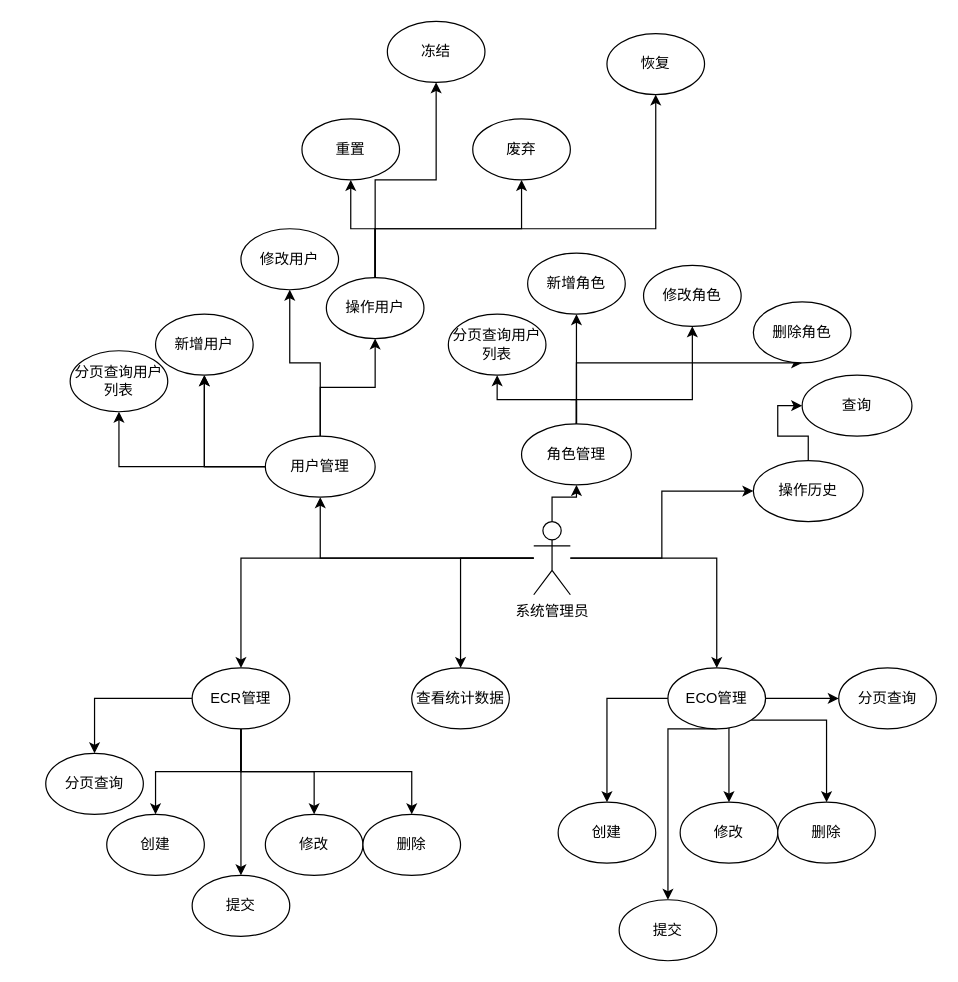
This is ECR/系统管理员用例图.drawio from Merlin218/draw-file, a draw.io file, before an edit. Source tidied: cells renumbered, new cells numbered last; positions are measured from the earlier drawing's top-left corner, leaving out a move shared by most shapes. Both pictures are drawn from the tidied source at 122%, with x=0, y=0 at pixel (45, 21).
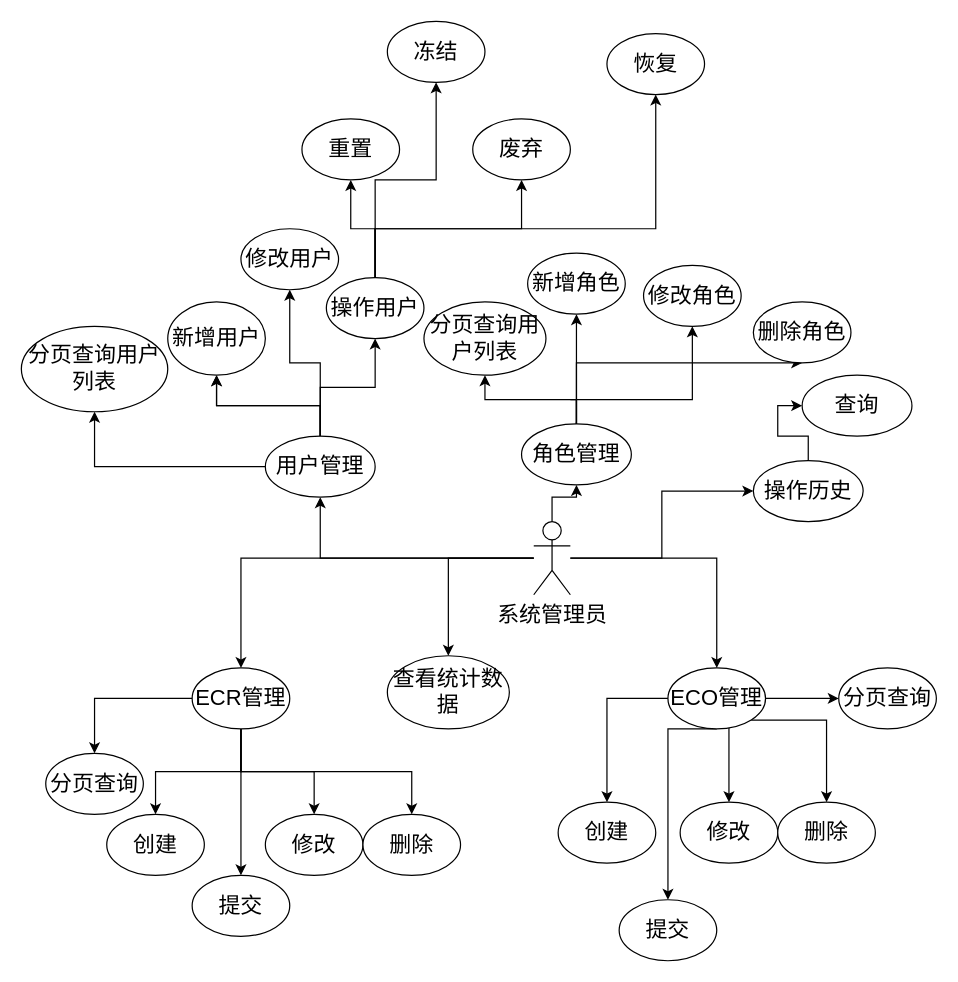
The same diagram, later.

Commit message:
更新系统管理员用例图.drawio

What changed in the source:
```diff
@@
-    <mxCell id="2" style="edgeStyle=orthogonalEdgeStyle;rounded=0;jettySize=auto;html=1;entryX=0.5;entryY=1;entryDx=0;entryDy=0;" parent="1" edge="1" source="8" target="14">
+    <mxCell id="2" style="edgeStyle=orthogonalEdgeStyle;rounded=0;jettySize=auto;html=1;entryX=0.5;entryY=1;entryDx=0;entryDy=0;fontSize=18;" parent="1" edge="1" source="8" target="14">
       <mxGeometry relative="1" as="geometry" />
     </mxCell>
-    <mxCell id="3" style="edgeStyle=orthogonalEdgeStyle;rounded=0;jettySize=auto;html=1;" parent="1" edge="1" source="8" target="30">
+    <mxCell id="3" style="edgeStyle=orthogonalEdgeStyle;rounded=0;jettySize=auto;html=1;fontSize=18;" parent="1" edge="1" source="8" target="30">
       <mxGeometry relative="1" as="geometry" />
     </mxCell>
-    <mxCell id="4" style="edgeStyle=orthogonalEdgeStyle;rounded=0;jettySize=auto;html=1;" parent="1" edge="1" source="8" target="35">
+    <mxCell id="4" style="edgeStyle=orthogonalEdgeStyle;rounded=0;jettySize=auto;html=1;fontSize=18;" parent="1" edge="1" source="8" target="35">
       <mxGeometry relative="1" as="geometry" />
     </mxCell>
-    <mxCell id="5" style="edgeStyle=orthogonalEdgeStyle;rounded=0;jettySize=auto;html=1;entryX=0.5;entryY=0;entryDx=0;entryDy=0;" parent="1" edge="1" source="8" target="44">
+    <mxCell id="5" style="edgeStyle=orthogonalEdgeStyle;rounded=0;jettySize=auto;html=1;entryX=0.5;entryY=0;entryDx=0;entryDy=0;fontSize=18;" parent="1" edge="1" source="8" target="44">
       <mxGeometry relative="1" as="geometry" />
     </mxCell>
-    <mxCell id="6" style="edgeStyle=orthogonalEdgeStyle;rounded=0;jettySize=auto;html=1;" parent="1" edge="1" source="8" target="53">
+    <mxCell id="6" style="edgeStyle=orthogonalEdgeStyle;rounded=0;jettySize=auto;html=1;fontSize=18;" parent="1" edge="1" source="8" target="53">
       <mxGeometry relative="1" as="geometry" />
     </mxCell>
-    <mxCell id="7" style="edgeStyle=orthogonalEdgeStyle;rounded=0;jettySize=auto;html=1;entryX=0.5;entryY=0;entryDx=0;entryDy=0;" parent="1" edge="1" source="8" target="59">
+    <mxCell id="7" style="edgeStyle=orthogonalEdgeStyle;rounded=0;jettySize=auto;html=1;entryX=0.5;entryY=0;entryDx=0;entryDy=0;fontSize=18;" parent="1" edge="1" source="8" target="59">
       <mxGeometry relative="1" as="geometry" />
     </mxCell>
-    <mxCell id="8" value="系统管理员" style="shape=umlActor;verticalLabelPosition=bottom;verticalAlign=top;html=1;outlineConnect=0;" parent="1" vertex="1">
+    <mxCell id="8" value="系统管理员" style="shape=umlActor;verticalLabelPosition=bottom;verticalAlign=top;html=1;outlineConnect=0;fontSize=18;" parent="1" vertex="1">
       <mxGeometry x="400" y="410" width="30" height="60" as="geometry" />
     </mxCell>
-    <mxCell id="9" style="edgeStyle=orthogonalEdgeStyle;rounded=0;jettySize=auto;html=1;" parent="1" edge="1" source="14" target="15">
+    <mxCell id="9" style="edgeStyle=orthogonalEdgeStyle;rounded=0;jettySize=auto;html=1;fontSize=18;" parent="1" edge="1" source="14" target="15">
       <mxGeometry relative="1" as="geometry" />
     </mxCell>
-    <mxCell id="10" style="edgeStyle=orthogonalEdgeStyle;rounded=0;jettySize=auto;html=1;" parent="1" edge="1" source="14" target="15">
+    <mxCell id="10" style="edgeStyle=orthogonalEdgeStyle;rounded=0;jettySize=auto;html=1;fontSize=18;" parent="1" edge="1" source="14" target="15">
       <mxGeometry relative="1" as="geometry" />
     </mxCell>
-    <mxCell id="11" style="edgeStyle=orthogonalEdgeStyle;rounded=0;jettySize=auto;html=1;exitX=0.5;exitY=0;exitDx=0;exitDy=0;entryX=0.5;entryY=1;entryDx=0;entryDy=0;" parent="1" edge="1" source="14" target="16">
+    <mxCell id="11" style="edgeStyle=orthogonalEdgeStyle;rounded=0;jettySize=auto;html=1;exitX=0.5;exitY=0;exitDx=0;exitDy=0;entryX=0.5;entryY=1;entryDx=0;entryDy=0;fontSize=18;" parent="1" edge="1" source="14" target="16">
       <mxGeometry relative="1" as="geometry" />
     </mxCell>
-    <mxCell id="12" style="edgeStyle=orthogonalEdgeStyle;rounded=0;jettySize=auto;html=1;exitX=0.5;exitY=0;exitDx=0;exitDy=0;" parent="1" edge="1" source="14" target="21">
+    <mxCell id="12" style="edgeStyle=orthogonalEdgeStyle;rounded=0;jettySize=auto;html=1;exitX=0.5;exitY=0;exitDx=0;exitDy=0;fontSize=18;" parent="1" edge="1" source="14" target="21">
       <mxGeometry relative="1" as="geometry" />
     </mxCell>
-    <mxCell id="13" style="edgeStyle=orthogonalEdgeStyle;rounded=0;jettySize=auto;html=1;" parent="1" edge="1" source="14" target="37">
+    <mxCell id="13" style="edgeStyle=orthogonalEdgeStyle;rounded=0;jettySize=auto;html=1;fontSize=18;" parent="1" edge="1" source="14" target="37">
       <mxGeometry relative="1" as="geometry" />
     </mxCell>
-    <mxCell id="14" value="用户管理" style="ellipse;whiteSpace=wrap;html=1;" parent="1" vertex="1">
+    <mxCell id="14" value="用户管理" style="ellipse;whiteSpace=wrap;html=1;fontSize=18;" parent="1" vertex="1">
       <mxGeometry x="180" y="340" width="90" height="50" as="geometry" />
     </mxCell>
-    <mxCell id="15" value="新增用户" style="ellipse;whiteSpace=wrap;html=1;" parent="1" vertex="1">
-      <mxGeometry x="90" y="240" width="80" height="50" as="geometry" />
+    <mxCell id="15" value="新增用户" style="ellipse;whiteSpace=wrap;html=1;fontSize=18;" parent="1" vertex="1">
+      <mxGeometry x="100" y="230" width="80" height="60" as="geometry" />
     </mxCell>
-    <mxCell id="16" value="修改用户" style="ellipse;whiteSpace=wrap;html=1;" parent="1" vertex="1">
+    <mxCell id="16" value="修改用户" style="ellipse;whiteSpace=wrap;html=1;fontSize=18;" parent="1" vertex="1">
       <mxGeometry x="160" y="170" width="80" height="50" as="geometry" />
     </mxCell>
-    <mxCell id="17" style="edgeStyle=orthogonalEdgeStyle;rounded=0;jettySize=auto;html=1;" parent="1" edge="1" source="21" target="22">
+    <mxCell id="17" style="edgeStyle=orthogonalEdgeStyle;rounded=0;jettySize=auto;html=1;fontSize=18;" parent="1" edge="1" source="21" target="22">
       <mxGeometry relative="1" as="geometry" />
     </mxCell>
-    <mxCell id="18" style="edgeStyle=orthogonalEdgeStyle;rounded=0;jettySize=auto;html=1;exitX=0.5;exitY=0;exitDx=0;exitDy=0;entryX=0.5;entryY=1;entryDx=0;entryDy=0;" parent="1" edge="1" source="21" target="23">
+    <mxCell id="18" style="edgeStyle=orthogonalEdgeStyle;rounded=0;jettySize=auto;html=1;exitX=0.5;exitY=0;exitDx=0;exitDy=0;entryX=0.5;entryY=1;entryDx=0;entryDy=0;fontSize=18;" parent="1" edge="1" source="21" target="23">
       <mxGeometry relative="1" as="geometry" />
     </mxCell>
-    <mxCell id="19" style="edgeStyle=orthogonalEdgeStyle;rounded=0;jettySize=auto;html=1;entryX=0.5;entryY=1;entryDx=0;entryDy=0;exitX=0.5;exitY=0;exitDx=0;exitDy=0;" parent="1" edge="1" source="21" target="24">
+    <mxCell id="19" style="edgeStyle=orthogonalEdgeStyle;rounded=0;jettySize=auto;html=1;entryX=0.5;entryY=1;entryDx=0;entryDy=0;exitX=0.5;exitY=0;exitDx=0;exitDy=0;fontSize=18;" parent="1" edge="1" source="21" target="24">
       <mxGeometry relative="1" as="geometry" />
     </mxCell>
-    <mxCell id="20" style="edgeStyle=orthogonalEdgeStyle;rounded=0;jettySize=auto;html=1;exitX=0.5;exitY=0;exitDx=0;exitDy=0;entryX=0.5;entryY=1;entryDx=0;entryDy=0;" parent="1" edge="1" source="21" target="25">
+    <mxCell id="20" style="edgeStyle=orthogonalEdgeStyle;rounded=0;jettySize=auto;html=1;exitX=0.5;exitY=0;exitDx=0;exitDy=0;entryX=0.5;entryY=1;entryDx=0;entryDy=0;fontSize=18;" parent="1" edge="1" source="21" target="25">
       <mxGeometry relative="1" as="geometry">
         <Array as="points">
           <mxPoint x="310" y="170" />
           <mxPoint x="460" y="170" />
         </Array>
       </mxGeometry>
     </mxCell>
-    <mxCell id="21" value="操作用户" style="ellipse;whiteSpace=wrap;html=1;" parent="1" vertex="1">
+    <mxCell id="21" value="操作用户" style="ellipse;whiteSpace=wrap;html=1;fontSize=18;" parent="1" vertex="1">
       <mxGeometry x="230" y="210" width="80" height="50" as="geometry" />
     </mxCell>
-    <mxCell id="22" value="重置" style="ellipse;whiteSpace=wrap;html=1;" parent="1" vertex="1">
+    <mxCell id="22" value="重置" style="ellipse;whiteSpace=wrap;html=1;fontSize=18;" parent="1" vertex="1">
       <mxGeometry x="210" y="80" width="80" height="50" as="geometry" />
     </mxCell>
-    <mxCell id="23" value="冻结" style="ellipse;whiteSpace=wrap;html=1;" parent="1" vertex="1">
+    <mxCell id="23" value="冻结" style="ellipse;whiteSpace=wrap;html=1;fontSize=18;" parent="1" vertex="1">
       <mxGeometry x="280" width="80" height="50" as="geometry" />
     </mxCell>
-    <mxCell id="24" value="废弃" style="ellipse;whiteSpace=wrap;html=1;" parent="1" vertex="1">
+    <mxCell id="24" value="废弃" style="ellipse;whiteSpace=wrap;html=1;fontSize=18;" parent="1" vertex="1">
       <mxGeometry x="350" y="80" width="80" height="50" as="geometry" />
     </mxCell>
-    <mxCell id="25" value="恢复" style="ellipse;whiteSpace=wrap;html=1;" parent="1" vertex="1">
+    <mxCell id="25" value="恢复" style="ellipse;whiteSpace=wrap;html=1;fontSize=18;" parent="1" vertex="1">
       <mxGeometry x="460" y="10" width="80" height="50" as="geometry" />
     </mxCell>
-    <mxCell id="26" style="edgeStyle=orthogonalEdgeStyle;rounded=0;jettySize=auto;html=1;exitX=0.497;exitY=-0.027;exitDx=0;exitDy=0;entryX=0.5;entryY=1;entryDx=0;entryDy=0;exitPerimeter=0;" parent="1" edge="1" source="30" target="31">
+    <mxCell id="26" style="edgeStyle=orthogonalEdgeStyle;rounded=0;jettySize=auto;html=1;exitX=0.497;exitY=-0.027;exitDx=0;exitDy=0;entryX=0.5;entryY=1;entryDx=0;entryDy=0;exitPerimeter=0;fontSize=18;" parent="1" edge="1" source="30" target="31">
       <mxGeometry relative="1" as="geometry">
         <Array as="points">
           <mxPoint x="435" y="330" />
           <mxPoint x="435" y="330" />
           <mxPoint x="435" y="240" />
         </Array>
       </mxGeometry>
     </mxCell>
-    <mxCell id="27" style="edgeStyle=orthogonalEdgeStyle;rounded=0;jettySize=auto;html=1;exitX=0.5;exitY=0;exitDx=0;exitDy=0;entryX=0.5;entryY=1;entryDx=0;entryDy=0;" parent="1" edge="1" source="30" target="32">
+    <mxCell id="27" style="edgeStyle=orthogonalEdgeStyle;rounded=0;jettySize=auto;html=1;exitX=0.5;exitY=0;exitDx=0;exitDy=0;entryX=0.5;entryY=1;entryDx=0;entryDy=0;fontSize=18;" parent="1" edge="1" source="30" target="32">
       <mxGeometry relative="1" as="geometry">
         <Array as="points">
           <mxPoint x="430" y="310" />
           <mxPoint x="480" y="310" />
         </Array>
       </mxGeometry>
     </mxCell>
-    <mxCell id="28" style="edgeStyle=orthogonalEdgeStyle;rounded=0;jettySize=auto;html=1;exitX=0.5;exitY=0;exitDx=0;exitDy=0;entryX=0.5;entryY=1;entryDx=0;entryDy=0;" parent="1" edge="1" source="30" target="33">
+    <mxCell id="28" style="edgeStyle=orthogonalEdgeStyle;rounded=0;jettySize=auto;html=1;exitX=0.5;exitY=0;exitDx=0;exitDy=0;entryX=0.5;entryY=1;entryDx=0;entryDy=0;fontSize=18;" parent="1" edge="1" source="30" target="33">
       <mxGeometry relative="1" as="geometry">
         <Array as="points">
           <mxPoint x="435" y="280" />
         </Array>
       </mxGeometry>
     </mxCell>
-    <mxCell id="29" style="edgeStyle=orthogonalEdgeStyle;rounded=0;jettySize=auto;html=1;entryX=0.5;entryY=1;entryDx=0;entryDy=0;" parent="1" edge="1" source="30" target="38">
+    <mxCell id="29" style="edgeStyle=orthogonalEdgeStyle;rounded=0;jettySize=auto;html=1;entryX=0.5;entryY=1;entryDx=0;entryDy=0;fontSize=18;" parent="1" edge="1" source="30" target="38">
       <mxGeometry relative="1" as="geometry" />
     </mxCell>
-    <mxCell id="30" value="角色管理" style="ellipse;whiteSpace=wrap;html=1;" parent="1" vertex="1">
+    <mxCell id="30" value="角色管理" style="ellipse;whiteSpace=wrap;html=1;fontSize=18;" parent="1" vertex="1">
       <mxGeometry x="390" y="330" width="90" height="50" as="geometry" />
     </mxCell>
-    <mxCell id="31" value="新增角色" style="ellipse;whiteSpace=wrap;html=1;" parent="1" vertex="1">
+    <mxCell id="31" value="新增角色" style="ellipse;whiteSpace=wrap;html=1;fontSize=18;" parent="1" vertex="1">
       <mxGeometry x="395" y="190" width="80" height="50" as="geometry" />
     </mxCell>
-    <mxCell id="32" value="修改角色" style="ellipse;whiteSpace=wrap;html=1;" parent="1" vertex="1">
+    <mxCell id="32" value="修改角色" style="ellipse;whiteSpace=wrap;html=1;fontSize=18;" parent="1" vertex="1">
       <mxGeometry x="490" y="200" width="80" height="50" as="geometry" />
     </mxCell>
-    <mxCell id="33" value="删除角色" style="ellipse;whiteSpace=wrap;html=1;" parent="1" vertex="1">
+    <mxCell id="33" value="删除角色" style="ellipse;whiteSpace=wrap;html=1;fontSize=18;" parent="1" vertex="1">
       <mxGeometry x="580" y="230" width="80" height="50" as="geometry" />
     </mxCell>
-    <mxCell id="34" style="edgeStyle=orthogonalEdgeStyle;rounded=0;jettySize=auto;html=1;entryX=0;entryY=0.5;entryDx=0;entryDy=0;" parent="1" edge="1" source="35" target="36">
+    <mxCell id="34" style="edgeStyle=orthogonalEdgeStyle;rounded=0;jettySize=auto;html=1;entryX=0;entryY=0.5;entryDx=0;entryDy=0;fontSize=18;" parent="1" edge="1" source="35" target="36">
       <mxGeometry relative="1" as="geometry" />
     </mxCell>
-    <mxCell id="35" value="操作历史" style="ellipse;whiteSpace=wrap;html=1;" parent="1" vertex="1">
+    <mxCell id="35" value="操作历史" style="ellipse;whiteSpace=wrap;html=1;fontSize=18;" parent="1" vertex="1">
       <mxGeometry x="580" y="360" width="90" height="50" as="geometry" />
     </mxCell>
-    <mxCell id="36" value="查询" style="ellipse;whiteSpace=wrap;html=1;" parent="1" vertex="1">
+    <mxCell id="36" value="查询" style="ellipse;whiteSpace=wrap;html=1;fontSize=18;" parent="1" vertex="1">
       <mxGeometry x="620" y="290" width="90" height="50" as="geometry" />
     </mxCell>
-    <mxCell id="37" value="分页查询用户列表" style="ellipse;whiteSpace=wrap;html=1;" parent="1" vertex="1">
-      <mxGeometry x="20" y="270" width="80" height="50" as="geometry" />
+    <mxCell id="37" value="分页查询用户列表" style="ellipse;whiteSpace=wrap;html=1;fontSize=18;" parent="1" vertex="1">
+      <mxGeometry x="-20" y="250" width="120" height="70" as="geometry" />
     </mxCell>
-    <mxCell id="38" value="分页查询用户列表" style="ellipse;whiteSpace=wrap;html=1;" parent="1" vertex="1">
-      <mxGeometry x="330" y="240" width="80" height="50" as="geometry" />
+    <mxCell id="38" value="分页查询用户列表" style="ellipse;whiteSpace=wrap;html=1;fontSize=18;" parent="1" vertex="1">
+      <mxGeometry x="310" y="230" width="100" height="60" as="geometry" />
     </mxCell>
-    <mxCell id="39" style="edgeStyle=orthogonalEdgeStyle;rounded=0;jettySize=auto;html=1;" parent="1" edge="1" source="44" target="45">
+    <mxCell id="39" style="edgeStyle=orthogonalEdgeStyle;rounded=0;jettySize=auto;html=1;fontSize=18;" parent="1" edge="1" source="44" target="45">
       <mxGeometry relative="1" as="geometry" />
     </mxCell>
-    <mxCell id="40" style="edgeStyle=orthogonalEdgeStyle;rounded=0;jettySize=auto;html=1;exitX=0.5;exitY=1;exitDx=0;exitDy=0;entryX=0.5;entryY=0;entryDx=0;entryDy=0;" parent="1" edge="1" source="44" target="46">
+    <mxCell id="40" style="edgeStyle=orthogonalEdgeStyle;rounded=0;jettySize=auto;html=1;exitX=0.5;exitY=1;exitDx=0;exitDy=0;entryX=0.5;entryY=0;entryDx=0;entryDy=0;fontSize=18;" parent="1" edge="1" source="44" target="46">
       <mxGeometry relative="1" as="geometry" />
     </mxCell>
-    <mxCell id="41" style="edgeStyle=orthogonalEdgeStyle;rounded=0;jettySize=auto;html=1;exitX=0.5;exitY=1;exitDx=0;exitDy=0;entryX=0.5;entryY=0;entryDx=0;entryDy=0;" parent="1" edge="1" source="44" target="47">
+    <mxCell id="41" style="edgeStyle=orthogonalEdgeStyle;rounded=0;jettySize=auto;html=1;exitX=0.5;exitY=1;exitDx=0;exitDy=0;entryX=0.5;entryY=0;entryDx=0;entryDy=0;fontSize=18;" parent="1" edge="1" source="44" target="47">
       <mxGeometry relative="1" as="geometry" />
     </mxCell>
-    <mxCell id="42" style="edgeStyle=orthogonalEdgeStyle;rounded=0;jettySize=auto;html=1;exitX=0;exitY=0.5;exitDx=0;exitDy=0;entryX=0.5;entryY=0;entryDx=0;entryDy=0;" parent="1" edge="1" source="44" target="57">
+    <mxCell id="42" style="edgeStyle=orthogonalEdgeStyle;rounded=0;jettySize=auto;html=1;exitX=0;exitY=0.5;exitDx=0;exitDy=0;entryX=0.5;entryY=0;entryDx=0;entryDy=0;fontSize=18;" parent="1" edge="1" source="44" target="57">
       <mxGeometry relative="1" as="geometry" />
     </mxCell>
-    <mxCell id="43" style="edgeStyle=orthogonalEdgeStyle;rounded=0;jettySize=auto;html=1;exitX=0.5;exitY=1;exitDx=0;exitDy=0;entryX=0.5;entryY=0;entryDx=0;entryDy=0;" parent="1" edge="1" source="44" target="60">
+    <mxCell id="43" style="edgeStyle=orthogonalEdgeStyle;rounded=0;jettySize=auto;html=1;exitX=0.5;exitY=1;exitDx=0;exitDy=0;entryX=0.5;entryY=0;entryDx=0;entryDy=0;fontSize=18;" parent="1" edge="1" source="44" target="60">
       <mxGeometry relative="1" as="geometry" />
     </mxCell>
-    <mxCell id="44" value="ECR管理" style="ellipse;whiteSpace=wrap;html=1;" parent="1" vertex="1">
+    <mxCell id="44" value="ECR管理" style="ellipse;whiteSpace=wrap;html=1;fontSize=18;" parent="1" vertex="1">
       <mxGeometry x="120" y="530" width="80" height="50" as="geometry" />
     </mxCell>
-    <mxCell id="45" value="创建" style="ellipse;whiteSpace=wrap;html=1;" parent="1" vertex="1">
+    <mxCell id="45" value="创建" style="ellipse;whiteSpace=wrap;html=1;fontSize=18;" parent="1" vertex="1">
       <mxGeometry x="50" y="650" width="80" height="50" as="geometry" />
     </mxCell>
-    <mxCell id="46" value="修改" style="ellipse;whiteSpace=wrap;html=1;" parent="1" vertex="1">
+    <mxCell id="46" value="修改" style="ellipse;whiteSpace=wrap;html=1;fontSize=18;" parent="1" vertex="1">
       <mxGeometry x="180" y="650" width="80" height="50" as="geometry" />
     </mxCell>
-    <mxCell id="47" value="删除" style="ellipse;whiteSpace=wrap;html=1;" parent="1" vertex="1">
+    <mxCell id="47" value="删除" style="ellipse;whiteSpace=wrap;html=1;fontSize=18;" parent="1" vertex="1">
       <mxGeometry x="260" y="650" width="80" height="50" as="geometry" />
     </mxCell>
-    <mxCell id="48" style="edgeStyle=orthogonalEdgeStyle;rounded=0;jettySize=auto;html=1;" parent="1" edge="1" source="53" target="54">
+    <mxCell id="48" style="edgeStyle=orthogonalEdgeStyle;rounded=0;jettySize=auto;html=1;fontSize=18;" parent="1" edge="1" source="53" target="54">
       <mxGeometry relative="1" as="geometry" />
     </mxCell>
-    <mxCell id="49" style="edgeStyle=orthogonalEdgeStyle;rounded=0;jettySize=auto;html=1;entryX=0.5;entryY=0;entryDx=0;entryDy=0;" parent="1" edge="1" source="53" target="55">
+    <mxCell id="49" style="edgeStyle=orthogonalEdgeStyle;rounded=0;jettySize=auto;html=1;entryX=0.5;entryY=0;entryDx=0;entryDy=0;fontSize=18;" parent="1" edge="1" source="53" target="55">
       <mxGeometry relative="1" as="geometry">
         <Array as="points">
           <mxPoint x="560" y="600" />
           <mxPoint x="560" y="600" />
         </Array>
       </mxGeometry>
     </mxCell>
-    <mxCell id="50" style="edgeStyle=orthogonalEdgeStyle;rounded=0;jettySize=auto;html=1;exitX=1;exitY=1;exitDx=0;exitDy=0;entryX=0.5;entryY=0;entryDx=0;entryDy=0;" parent="1" edge="1" source="53" target="56">
+    <mxCell id="50" style="edgeStyle=orthogonalEdgeStyle;rounded=0;jettySize=auto;html=1;exitX=1;exitY=1;exitDx=0;exitDy=0;entryX=0.5;entryY=0;entryDx=0;entryDy=0;fontSize=18;" parent="1" edge="1" source="53" target="56">
       <mxGeometry relative="1" as="geometry" />
     </mxCell>
-    <mxCell id="51" style="edgeStyle=orthogonalEdgeStyle;rounded=0;jettySize=auto;html=1;exitX=1;exitY=0.5;exitDx=0;exitDy=0;entryX=0;entryY=0.5;entryDx=0;entryDy=0;" parent="1" edge="1" source="53" target="58">
+    <mxCell id="51" style="edgeStyle=orthogonalEdgeStyle;rounded=0;jettySize=auto;html=1;exitX=1;exitY=0.5;exitDx=0;exitDy=0;entryX=0;entryY=0.5;entryDx=0;entryDy=0;fontSize=18;" parent="1" edge="1" source="53" target="58">
       <mxGeometry relative="1" as="geometry" />
     </mxCell>
-    <mxCell id="52" style="edgeStyle=orthogonalEdgeStyle;rounded=0;jettySize=auto;html=1;exitX=0.5;exitY=1;exitDx=0;exitDy=0;entryX=0.5;entryY=0;entryDx=0;entryDy=0;" parent="1" edge="1" source="53" target="61">
+    <mxCell id="52" style="edgeStyle=orthogonalEdgeStyle;rounded=0;jettySize=auto;html=1;exitX=0.5;exitY=1;exitDx=0;exitDy=0;entryX=0.5;entryY=0;entryDx=0;entryDy=0;fontSize=18;" parent="1" edge="1" source="53" target="61">
       <mxGeometry relative="1" as="geometry">
         <Array as="points">
           <mxPoint x="510" y="580" />
         </Array>
       </mxGeometry>
     </mxCell>
-    <mxCell id="53" value="ECO管理" style="ellipse;whiteSpace=wrap;html=1;" parent="1" vertex="1">
+    <mxCell id="53" value="ECO管理" style="ellipse;whiteSpace=wrap;html=1;fontSize=18;" parent="1" vertex="1">
       <mxGeometry x="510" y="530" width="80" height="50" as="geometry" />
     </mxCell>
-    <mxCell id="54" value="创建" style="ellipse;whiteSpace=wrap;html=1;" parent="1" vertex="1">
+    <mxCell id="54" value="创建" style="ellipse;whiteSpace=wrap;html=1;fontSize=18;" parent="1" vertex="1">
       <mxGeometry x="420" y="640" width="80" height="50" as="geometry" />
     </mxCell>
-    <mxCell id="55" value="修改" style="ellipse;whiteSpace=wrap;html=1;" parent="1" vertex="1">
+    <mxCell id="55" value="修改" style="ellipse;whiteSpace=wrap;html=1;fontSize=18;" parent="1" vertex="1">
       <mxGeometry x="520" y="640" width="80" height="50" as="geometry" />
     </mxCell>
-    <mxCell id="56" value="删除" style="ellipse;whiteSpace=wrap;html=1;" parent="1" vertex="1">
+    <mxCell id="56" value="删除" style="ellipse;whiteSpace=wrap;html=1;fontSize=18;" parent="1" vertex="1">
       <mxGeometry x="600" y="640" width="80" height="50" as="geometry" />
     </mxCell>
-    <mxCell id="57" value="分页查询" style="ellipse;whiteSpace=wrap;html=1;" parent="1" vertex="1">
+    <mxCell id="57" value="分页查询" style="ellipse;whiteSpace=wrap;html=1;fontSize=18;" parent="1" vertex="1">
       <mxGeometry y="600" width="80" height="50" as="geometry" />
     </mxCell>
-    <mxCell id="58" value="分页查询" style="ellipse;whiteSpace=wrap;html=1;" parent="1" vertex="1">
+    <mxCell id="58" value="分页查询" style="ellipse;whiteSpace=wrap;html=1;fontSize=18;" parent="1" vertex="1">
       <mxGeometry x="650" y="530" width="80" height="50" as="geometry" />
     </mxCell>
-    <mxCell id="59" value="查看统计数据" style="ellipse;whiteSpace=wrap;html=1;" parent="1" vertex="1">
-      <mxGeometry x="300" y="530" width="80" height="50" as="geometry" />
+    <mxCell id="59" value="查看统计数据" style="ellipse;whiteSpace=wrap;html=1;fontSize=18;" parent="1" vertex="1">
+      <mxGeometry x="280" y="520" width="100" height="60" as="geometry" />
     </mxCell>
-    <mxCell id="60" value="提交" style="ellipse;whiteSpace=wrap;html=1;" parent="1" vertex="1">
+    <mxCell id="60" value="提交" style="ellipse;whiteSpace=wrap;html=1;fontSize=18;" parent="1" vertex="1">
       <mxGeometry x="120" y="700" width="80" height="50" as="geometry" />
     </mxCell>
-    <mxCell id="61" value="提交" style="ellipse;whiteSpace=wrap;html=1;" parent="1" vertex="1">
+    <mxCell id="61" value="提交" style="ellipse;whiteSpace=wrap;html=1;fontSize=18;" parent="1" vertex="1">
       <mxGeometry x="470" y="720" width="80" height="50" as="geometry" />
     </mxCell>
```
